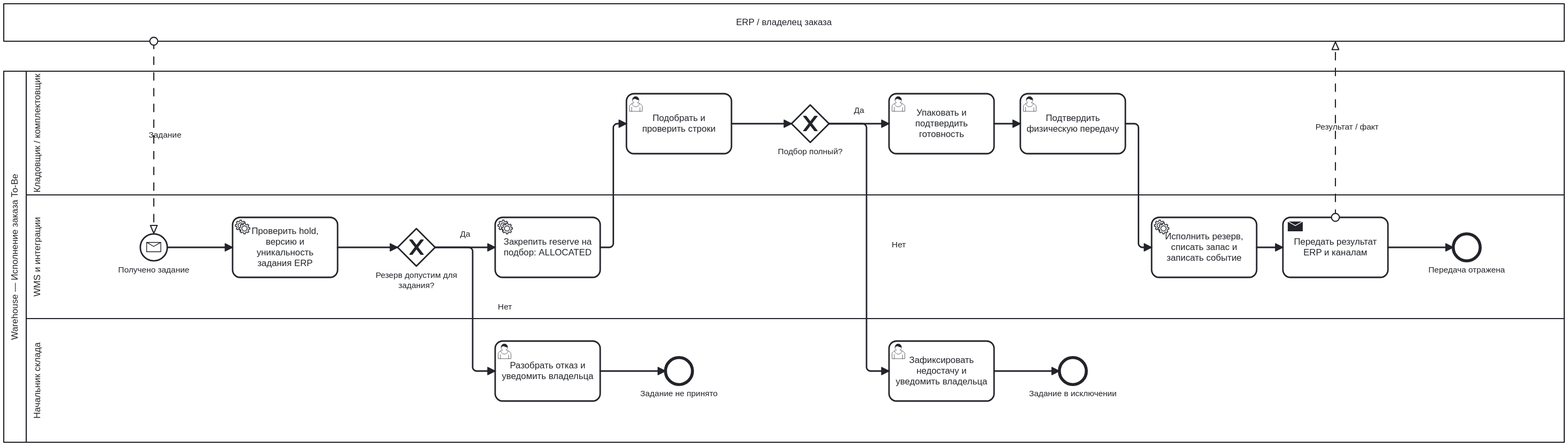
This is 03_warehouse_domain/06_Architecture_Models/BPMN/WH-BPMN-TOBE-fulfillment.svg from rsingatulin/hse_architecture, a BPMN export, as it was before one commit. Its source is kept beside it as 03_warehouse_domain/06_Architecture_Models/BPMN/WH-BPMN-TOBE-fulfillment.bpmn. Ids are renumbered.
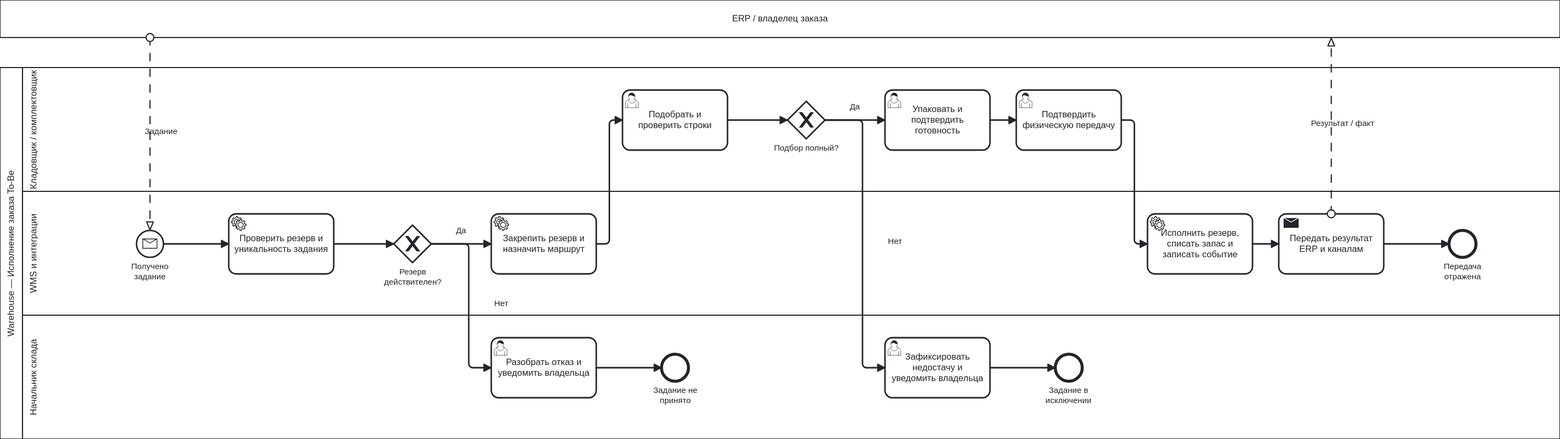
After the change.

Diff of the diagram source:
```diff
@@ -28,11 +28,11 @@
       <bpmn:outgoing>WH-BPMN-TOBE-fulfillment_flow_0</bpmn:outgoing>
       <bpmn:messageEventDefinition id="WH-BPMN-TOBE-fulfillment_message_def" messageRef="WH-BPMN-TOBE-fulfillment_message" />
     </bpmn:startEvent>
-    <bpmn:serviceTask id="WH-BPMN-TOBE-fulfillment_validate" name="Проверить hold, версию и уникальность задания ERP">
+    <bpmn:serviceTask id="WH-BPMN-TOBE-fulfillment_validate" name="Проверить резерв и уникальность задания">
       <bpmn:incoming>WH-BPMN-TOBE-fulfillment_flow_0</bpmn:incoming>
       <bpmn:outgoing>WH-BPMN-TOBE-fulfillment_flow_1</bpmn:outgoing>
     </bpmn:serviceTask>
-    <bpmn:exclusiveGateway id="WH-BPMN-TOBE-fulfillment_gate" name="Резерв допустим для задания?">
+    <bpmn:exclusiveGateway id="WH-BPMN-TOBE-fulfillment_gate" name="Резерв действителен?">
       <bpmn:incoming>WH-BPMN-TOBE-fulfillment_flow_1</bpmn:incoming>
       <bpmn:outgoing>WH-BPMN-TOBE-fulfillment_flow_2</bpmn:outgoing>
       <bpmn:outgoing>WH-BPMN-TOBE-fulfillment_flow_4</bpmn:outgoing>
@@ -44,7 +44,7 @@
     <bpmn:endEvent id="WH-BPMN-TOBE-fulfillment_endno" name="Задание не принято">
       <bpmn:incoming>WH-BPMN-TOBE-fulfillment_flow_3</bpmn:incoming>
     </bpmn:endEvent>
-    <bpmn:serviceTask id="WH-BPMN-TOBE-fulfillment_allocate" name="Закрепить reserve на подбор: ALLOCATED">
+    <bpmn:serviceTask id="WH-BPMN-TOBE-fulfillment_allocate" name="Закрепить резерв и назначить маршрут">
       <bpmn:incoming>WH-BPMN-TOBE-fulfillment_flow_4</bpmn:incoming>
       <bpmn:outgoing>WH-BPMN-TOBE-fulfillment_flow_5</bpmn:outgoing>
     </bpmn:serviceTask>
```
